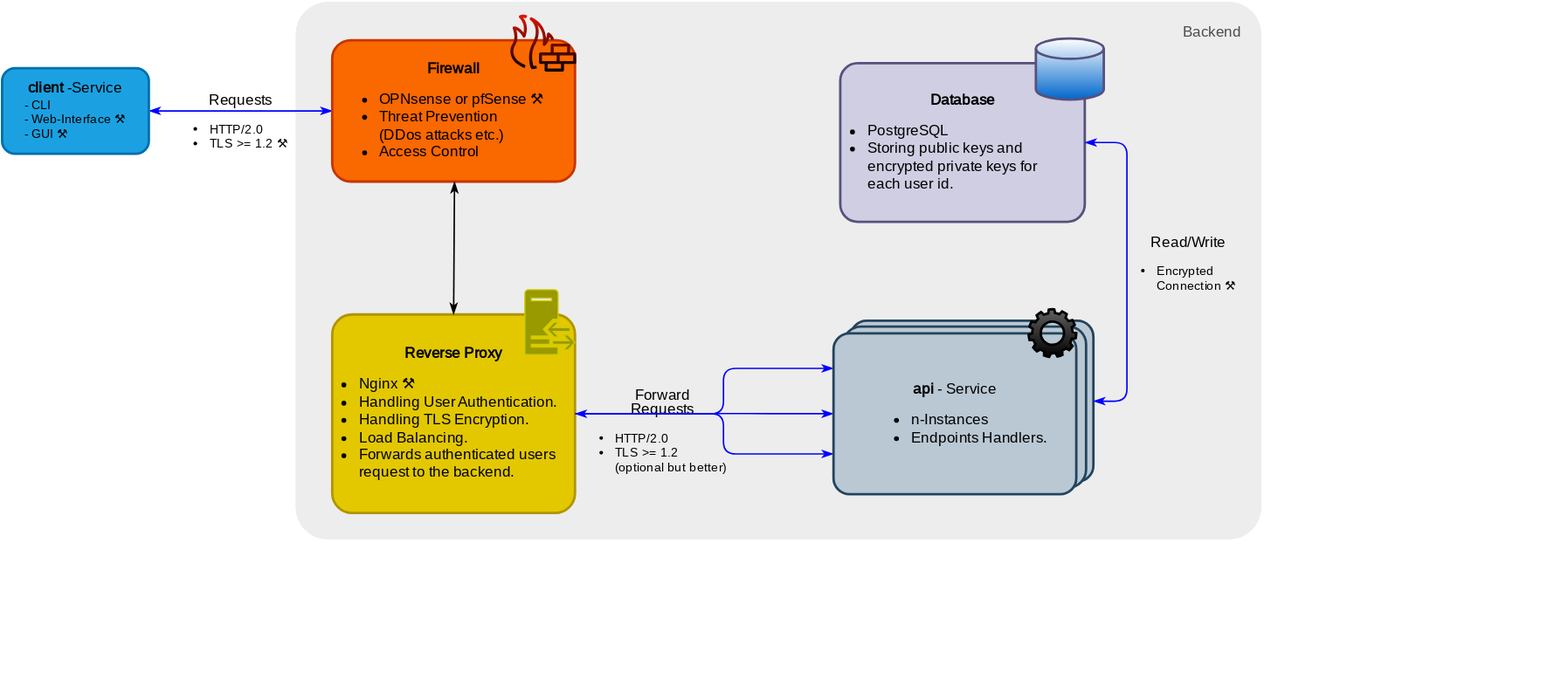
gabyx/ki-kist keeps this draw.io diagram as docs/deployment.drawio.svg. Above is the earlier version. Source tidied: cells renumbered, new cells last; positions are measured from the earlier drawing's top-left corner, leaving out a move shared by most shapes.
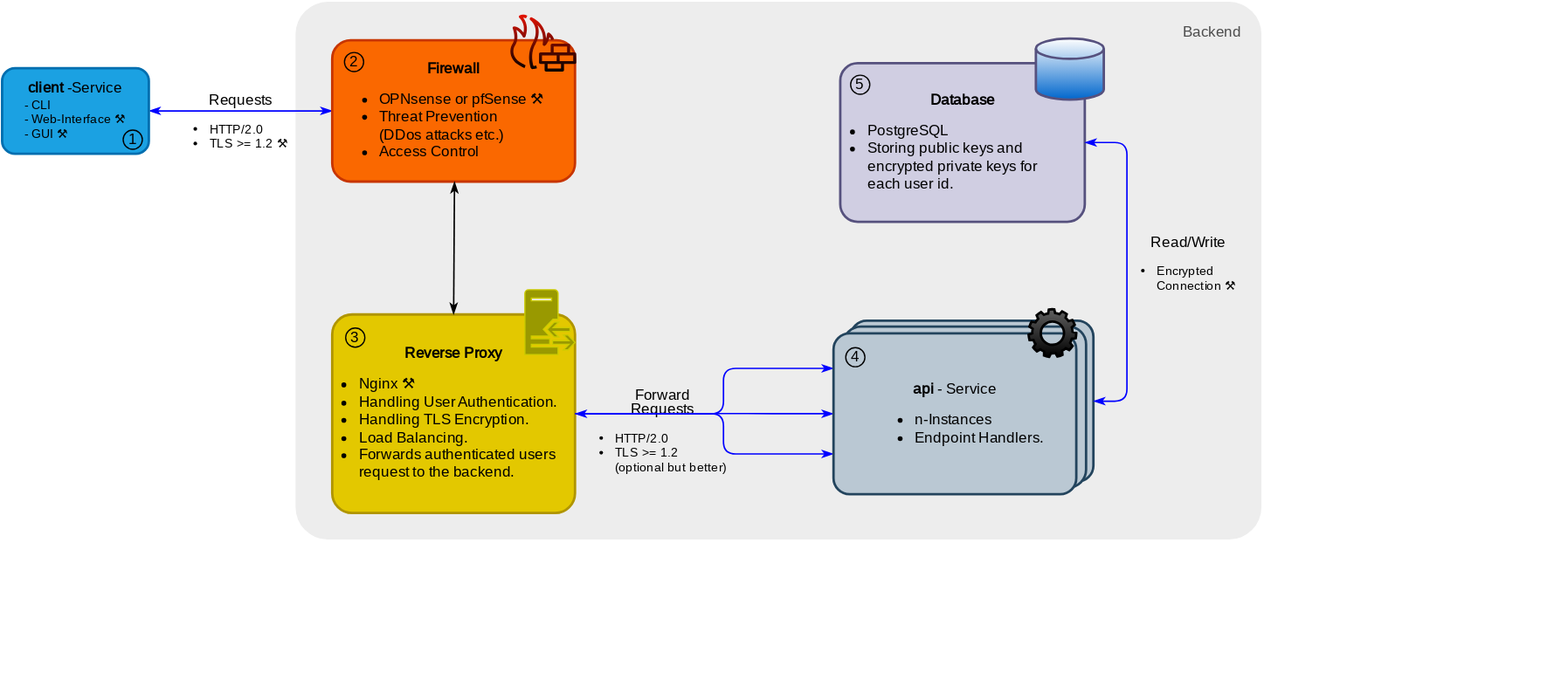
After the commit.

Commit message:
feat: Introduce the `age` tool

Change to the diagram source:
```diff
@@ -41,6 +41,9 @@
         </Array>
       </mxGeometry>
     </mxCell>
+    <mxCell id="25" value="3" style="ellipse;whiteSpace=wrap;html=1;labelBackgroundColor=none;strokeWidth=1;fontFamily=Fira Sans;fontSource=https%3A%2F%2Ffonts.googleapis.com%2Fcss%3Ffamily%3DFira%2BSans;fontSize=12;fillColor=none;" parent="6" vertex="1">
+      <mxGeometry x="11" y="31.4" width="15.7" height="15.7" as="geometry" />
+    </mxCell>
     <mxCell id="10" style="group;" parent="1" vertex="1">
       <mxGeometry x="270" y="17.1" width="199.9" height="130" as="geometry" />
     </mxCell>
@@ -50,6 +53,9 @@
     <mxCell id="12" style="sketch=0;fillColor=#e51400;strokeColor=#B20000;dashed=0;verticalLabelPosition=bottom;verticalAlign=top;align=center;html=1;fontSize=12;fontStyle=0;shape=mxgraph.aws4.generic_firewall;fontFamily=Fira Sans;fontSource=https%3A%2F%2Ffonts.googleapis.com%2Fcss%3Ffamily%3DFira%2BSans;fontColor=#ffffff;gradientColor=default;" parent="10" vertex="1">
       <mxGeometry x="144.2" y="-7.1" width="55.7" height="47.1" as="geometry" />
     </mxCell>
+    <mxCell id="26" value="2" style="ellipse;whiteSpace=wrap;html=1;labelBackgroundColor=none;strokeWidth=1;fontFamily=Fira Sans;fontSource=https%3A%2F%2Ffonts.googleapis.com%2Fcss%3Ffamily%3DFira%2BSans;fontSize=12;fillColor=none;" parent="10" vertex="1">
+      <mxGeometry x="10" y="24.3" width="15.7" height="15.7" as="geometry" />
+    </mxCell>
     <mxCell id="13" value="&lt;font style=&quot;font-size: 12px;&quot;&gt;&lt;p style=&quot;border-color: var(--border-color); background-color: rgb(251, 251, 251); line-height: 12px;&quot;&gt;&lt;br&gt;&lt;/p&gt;&lt;/font&gt;" style="edgeStyle=elbowEdgeStyle;html=1;exitX=0.5;exitY=0;exitDx=0;exitDy=0;entryX=0.5;entryY=1;entryDx=0;entryDy=0;startArrow=classicThin;startFill=1;endArrow=classicThin;endFill=1;strokeWidth=1.2;fontFamily=Fira Sans;fontSource=https%3A%2F%2Ffonts.googleapis.com%2Fcss%3Ffamily%3DFira%2BSans;" parent="1" edge="1" source="7" target="11">
       <mxGeometry x="0.03" y="20" relative="1" as="geometry">
         <Array as="points">
@@ -66,6 +72,9 @@
     <mxCell id="16" style="strokeWidth=2;html=1;shape=mxgraph.flowchart.database;whiteSpace=wrap;labelBackgroundColor=none;labelBorderColor=none;fontColor=default;gradientColor=#0066CC;strokeColor=#56517E;" parent="14" vertex="1">
       <mxGeometry x="160" width="55.5" height="50" as="geometry" />
     </mxCell>
+    <mxCell id="27" value="5" style="ellipse;whiteSpace=wrap;html=1;labelBackgroundColor=none;strokeWidth=1;fontFamily=Fira Sans;fontSource=https%3A%2F%2Ffonts.googleapis.com%2Fcss%3Ffamily%3DFira%2BSans;fontSize=12;fillColor=none;" parent="14" vertex="1">
+      <mxGeometry x="8.5" y="30" width="15.7" height="15.7" as="geometry" />
+    </mxCell>
     <mxCell id="17" value="Backend" style="text;html=1;strokeColor=none;fillColor=none;align=center;verticalAlign=middle;whiteSpace=wrap;rounded=0;strokeWidth=2;fontFamily=Fira Sans;fontSource=https%3A%2F%2Ffonts.googleapis.com%2Fcss%3Ffamily%3DFira%2BSans;fontSize=12;fontColor=#4D4D4D;" parent="1" vertex="1">
       <mxGeometry x="960" y="10" width="60" height="30" as="geometry" />
     </mxCell>
@@ -85,12 +94,15 @@
     <mxCell id="21" value="&lt;p style=&quot;line-height: 100%;&quot;&gt;&lt;br&gt;&lt;/p&gt;&lt;p&gt;&lt;/p&gt;" style="rounded=1;whiteSpace=wrap;html=1;strokeWidth=2;fillColor=#bac8d3;strokeColor=#23445d;spacing=10;arcSize=11;fontFamily=Fira Sans;fontSource=https%3A%2F%2Ffonts.googleapis.com%2Fcss%3Ffamily%3DFira%2BSans;" parent="19" vertex="1">
       <mxGeometry x="8" y="5.8" width="198.6" height="131.7" as="geometry" />
     </mxCell>
-    <mxCell id="22" value="&lt;p style=&quot;line-height: 100%;&quot;&gt;&lt;font face=&quot;Fira Sans&quot;&gt;&lt;b&gt;&lt;font&gt;api&lt;/font&gt;&lt;/b&gt;&lt;font&gt;-&lt;font&gt;Service&lt;/font&gt;&lt;/font&gt;&lt;br&gt;&lt;/font&gt;&lt;/p&gt;&lt;div style=&quot;text-align: left;&quot;&gt;&lt;ul&gt;&lt;li&gt;n-Instances&lt;/li&gt;&lt;li&gt;Endpoints Handlers.&lt;/li&gt;&lt;/ul&gt;&lt;/div&gt;&lt;p&gt;&lt;/p&gt;" style="rounded=1;whiteSpace=wrap;html=1;strokeWidth=2;fillColor=#bac8d3;strokeColor=#23445d;spacing=10;arcSize=10;fontFamily=Fira Sans;fontSource=https%3A%2F%2Ffonts.googleapis.com%2Fcss%3Ffamily%3DFira%2BSans;" parent="19" vertex="1">
+    <mxCell id="22" value="&lt;p style=&quot;line-height: 100%;&quot;&gt;&lt;font face=&quot;Fira Sans&quot;&gt;&lt;b&gt;&lt;font&gt;api&lt;/font&gt;&lt;/b&gt;&lt;font&gt;-&lt;font&gt;Service&lt;/font&gt;&lt;/font&gt;&lt;br&gt;&lt;/font&gt;&lt;/p&gt;&lt;div style=&quot;text-align: left;&quot;&gt;&lt;ul&gt;&lt;li&gt;n-Instances&lt;/li&gt;&lt;li&gt;Endpoint Handlers.&lt;/li&gt;&lt;/ul&gt;&lt;/div&gt;&lt;p&gt;&lt;/p&gt;" style="rounded=1;whiteSpace=wrap;html=1;strokeWidth=2;fillColor=#bac8d3;strokeColor=#23445d;spacing=10;arcSize=10;fontFamily=Fira Sans;fontSource=https%3A%2F%2Ffonts.googleapis.com%2Fcss%3Ffamily%3DFira%2BSans;" parent="19" vertex="1">
       <mxGeometry y="11.3" width="198.6" height="131.7" as="geometry" />
     </mxCell>
     <mxCell id="23" style="sketch=0;html=1;strokeColor=default;shadow=0;align=center;verticalAlign=top;fillColor=#616161;shape=mxgraph.gcp2.gear;labelBackgroundColor=none;strokeWidth=2;fontFamily=Fira Sans;fontSource=https%3A%2F%2Ffonts.googleapis.com%2Fcss%3Ffamily%3DFira%2BSans;fontSize=12;fontColor=#000000;gradientColor=default;" parent="19" vertex="1">
       <mxGeometry x="159.5" y="-8.4" width="39" height="39" as="geometry" />
     </mxCell>
+    <mxCell id="28" value="4" style="ellipse;whiteSpace=wrap;html=1;labelBackgroundColor=none;strokeWidth=1;fontFamily=Fira Sans;fontSource=https%3A%2F%2Ffonts.googleapis.com%2Fcss%3Ffamily%3DFira%2BSans;fontSize=12;fillColor=none;" parent="19" vertex="1">
+      <mxGeometry x="10" y="23" width="15.7" height="15.7" as="geometry" />
+    </mxCell>
     <mxCell id="24" value="&lt;font style=&quot;font-size: 12px;&quot;&gt;&lt;p style=&quot;border-color: var(--border-color); line-height: 12px;&quot;&gt;Read/Write&lt;/p&gt;&lt;div style=&quot;border-color: var(--border-color); text-align: left; font-size: 10px;&quot;&gt;&lt;ul style=&quot;border-color: var(--border-color); padding-left: 10pt;&quot;&gt;&lt;li&gt;&lt;span style=&quot;background-color: initial;&quot;&gt;Encrypted &lt;br&gt;Connection&amp;nbsp;&lt;/span&gt;⚒&amp;nbsp;&lt;/li&gt;&lt;/ul&gt;&lt;/div&gt;&lt;/font&gt;" style="edgeStyle=elbowEdgeStyle;html=1;startArrow=classicThin;startFill=1;endArrow=classicThin;endFill=1;strokeWidth=1.2;fontFamily=Fira Sans;fontSource=https%3A%2F%2Ffonts.googleapis.com%2Fcss%3Ffamily%3DFira%2BSans;labelBackgroundColor=none;strokeColor=#0000FF;exitX=1;exitY=0.5;exitDx=0;exitDy=0;entryX=1;entryY=0.5;entryDx=0;entryDy=0;" parent="1" edge="1" source="20" target="15">
       <mxGeometry x="0.03" y="-50" relative="1" as="geometry">
         <Array as="points">
@@ -98,5 +110,8 @@
         </Array>
       </mxGeometry>
     </mxCell>
+    <mxCell id="29" value="1" style="ellipse;whiteSpace=wrap;html=1;labelBackgroundColor=none;strokeWidth=1;fontFamily=Fira Sans;fontSource=https%3A%2F%2Ffonts.googleapis.com%2Fcss%3Ffamily%3DFira%2BSans;fontSize=12;fillColor=none;" parent="1" vertex="1">
+      <mxGeometry x="99" y="105" width="15.7" height="15.7" as="geometry" />
+    </mxCell>
   </root>
 </mxGraphModel>
```
